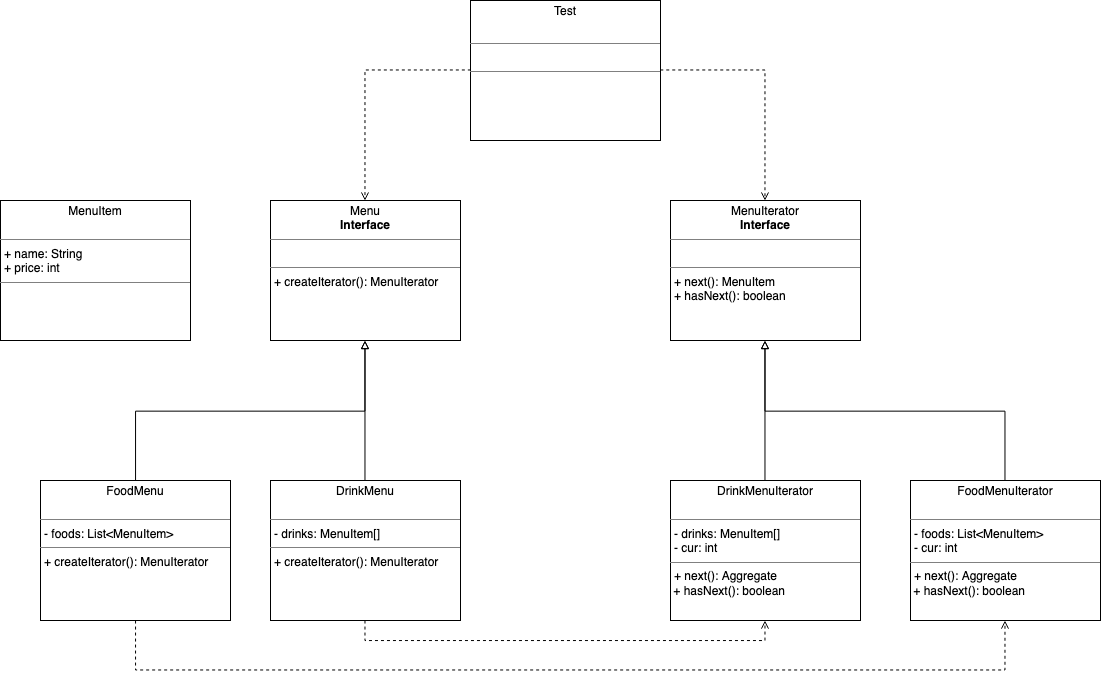
kan01234/design-patterns keeps this draw.io diagram as iterator-pattern/iterator-pattern-example.png. Above is the earlier version. Source tidied: cells renumbered, new cells last; positions are measured from the earlier drawing's top-left corner, leaving out a move shared by most shapes. The source it was exported from:
```xml
<mxGraphModel>
  <root>
    <mxCell id="0" />
    <mxCell id="1" parent="0" />
    <mxCell id="2" value="&lt;p style=&quot;margin: 0px ; margin-top: 4px ; text-align: center&quot;&gt;Menu&lt;br&gt;&lt;b&gt;Interface&lt;/b&gt;&lt;/p&gt;&lt;hr size=&quot;1&quot;&gt;&lt;p style=&quot;margin: 0px ; margin-left: 4px&quot;&gt;&lt;br&gt;&lt;/p&gt;&lt;hr size=&quot;1&quot;&gt;&lt;p style=&quot;margin: 0px ; margin-left: 4px&quot;&gt;+ createIterator(): MenuIterator&lt;br&gt;&lt;/p&gt;" style="verticalAlign=top;align=left;overflow=fill;fontSize=12;fontFamily=Helvetica;html=1;" parent="1" vertex="1">
      <mxGeometry x="270" y="200" width="190" height="140" as="geometry" />
    </mxCell>
    <mxCell id="3" style="edgeStyle=orthogonalEdgeStyle;rounded=0;jettySize=auto;html=1;exitX=0.5;exitY=0;exitDx=0;exitDy=0;entryX=0.5;entryY=1;entryDx=0;entryDy=0;endArrow=block;endFill=0;" parent="1" edge="1" source="5" target="2">
      <mxGeometry relative="1" as="geometry" />
    </mxCell>
    <mxCell id="4" style="edgeStyle=orthogonalEdgeStyle;rounded=0;jettySize=auto;html=1;exitX=0.5;exitY=1;exitDx=0;exitDy=0;entryX=0.5;entryY=1;entryDx=0;entryDy=0;dashed=1;endArrow=open;endFill=0;" parent="1" edge="1" source="5" target="7">
      <mxGeometry relative="1" as="geometry" />
    </mxCell>
    <mxCell id="5" value="&lt;p style=&quot;margin: 0px ; margin-top: 4px ; text-align: center&quot;&gt;DrinkMenu&lt;br&gt;&lt;br&gt;&lt;/p&gt;&lt;hr size=&quot;1&quot;&gt;&lt;p style=&quot;margin: 0px ; margin-left: 4px&quot;&gt;- drinks: MenuItem[]&lt;br&gt;&lt;/p&gt;&lt;hr size=&quot;1&quot;&gt;&lt;p style=&quot;margin: 0px ; margin-left: 4px&quot;&gt;+ createIterator(): MenuIterator&lt;/p&gt;" style="verticalAlign=top;align=left;overflow=fill;fontSize=12;fontFamily=Helvetica;html=1;" parent="1" vertex="1">
      <mxGeometry x="270" y="480" width="190" height="140" as="geometry" />
    </mxCell>
    <mxCell id="6" style="edgeStyle=orthogonalEdgeStyle;rounded=0;jettySize=auto;html=1;exitX=0.5;exitY=0;exitDx=0;exitDy=0;entryX=0.5;entryY=1;entryDx=0;entryDy=0;endArrow=block;endFill=0;" parent="1" edge="1" source="7" target="8">
      <mxGeometry relative="1" as="geometry" />
    </mxCell>
    <mxCell id="7" value="&lt;p style=&quot;margin: 0px ; margin-top: 4px ; text-align: center&quot;&gt;DrinkMenuIterator&lt;br&gt;&lt;br&gt;&lt;/p&gt;&lt;hr size=&quot;1&quot;&gt;&lt;p style=&quot;margin: 0px ; margin-left: 4px&quot;&gt;- drinks: MenuItem[]&lt;/p&gt;&lt;p style=&quot;margin: 0px ; margin-left: 4px&quot;&gt;- cur: int&lt;br&gt;&lt;/p&gt;&lt;hr size=&quot;1&quot;&gt;&lt;p style=&quot;margin: 0px ; margin-left: 4px&quot;&gt;+ next(): Aggregate&lt;/p&gt;&amp;nbsp;+ hasNext(): boolean" style="verticalAlign=top;align=left;overflow=fill;fontSize=12;fontFamily=Helvetica;html=1;" parent="1" vertex="1">
      <mxGeometry x="670" y="480" width="190" height="140" as="geometry" />
    </mxCell>
    <mxCell id="8" value="&lt;p style=&quot;margin: 0px ; margin-top: 4px ; text-align: center&quot;&gt;MenuIterator&lt;br&gt;&lt;b&gt;Interface&lt;/b&gt;&lt;/p&gt;&lt;hr size=&quot;1&quot;&gt;&lt;p style=&quot;margin: 0px ; margin-left: 4px&quot;&gt;&lt;br&gt;&lt;/p&gt;&lt;hr size=&quot;1&quot;&gt;&lt;p style=&quot;margin: 0px ; margin-left: 4px&quot;&gt;+ next(): MenuItem&lt;br&gt;&lt;/p&gt;&lt;p style=&quot;margin: 0px ; margin-left: 4px&quot;&gt;+ hasNext(): boolean&lt;br&gt;&lt;/p&gt;" style="verticalAlign=top;align=left;overflow=fill;fontSize=12;fontFamily=Helvetica;html=1;" parent="1" vertex="1">
      <mxGeometry x="670" y="200" width="190" height="140" as="geometry" />
    </mxCell>
    <mxCell id="9" style="edgeStyle=orthogonalEdgeStyle;rounded=0;jettySize=auto;html=1;exitX=1;exitY=0.5;exitDx=0;exitDy=0;entryX=0.5;entryY=0;entryDx=0;entryDy=0;endArrow=open;endFill=0;dashed=1;" parent="1" edge="1" source="11" target="8">
      <mxGeometry relative="1" as="geometry" />
    </mxCell>
    <mxCell id="10" style="edgeStyle=orthogonalEdgeStyle;rounded=0;jettySize=auto;html=1;exitX=0;exitY=0.5;exitDx=0;exitDy=0;entryX=0.5;entryY=0;entryDx=0;entryDy=0;dashed=1;endArrow=open;endFill=0;" parent="1" edge="1" source="11" target="2">
      <mxGeometry relative="1" as="geometry" />
    </mxCell>
    <mxCell id="11" value="&lt;p style=&quot;margin: 0px ; margin-top: 4px ; text-align: center&quot;&gt;Test&lt;/p&gt;&lt;p style=&quot;margin: 0px ; margin-top: 4px ; text-align: center&quot;&gt;&lt;br&gt;&lt;/p&gt;&lt;hr size=&quot;1&quot;&gt;&lt;p style=&quot;margin: 0px ; margin-left: 4px&quot;&gt;&lt;br&gt;&lt;/p&gt;&lt;hr size=&quot;1&quot;&gt;" style="verticalAlign=top;align=left;overflow=fill;fontSize=12;fontFamily=Helvetica;html=1;" parent="1" vertex="1">
      <mxGeometry x="470" width="190" height="140" as="geometry" />
    </mxCell>
    <mxCell id="12" style="edgeStyle=orthogonalEdgeStyle;rounded=0;jettySize=auto;html=1;exitX=0.5;exitY=1;exitDx=0;exitDy=0;entryX=0.5;entryY=1;entryDx=0;entryDy=0;dashed=1;endArrow=open;endFill=0;" parent="1" edge="1" source="13" target="14">
      <mxGeometry relative="1" as="geometry">
        <Array as="points">
          <mxPoint x="135" y="669" />
          <mxPoint x="1004" y="669" />
        </Array>
      </mxGeometry>
    </mxCell>
    <mxCell id="13" value="&lt;p style=&quot;margin: 0px ; margin-top: 4px ; text-align: center&quot;&gt;FoodMenu&lt;br&gt;&lt;br&gt;&lt;/p&gt;&lt;hr size=&quot;1&quot;&gt;&lt;p style=&quot;margin: 0px ; margin-left: 4px&quot;&gt;- foods: List&amp;lt;MenuItem&amp;gt;&lt;br&gt;&lt;/p&gt;&lt;hr size=&quot;1&quot;&gt;&lt;p style=&quot;margin: 0px ; margin-left: 4px&quot;&gt;+ createIterator(): MenuIterator&lt;/p&gt;" style="verticalAlign=top;align=left;overflow=fill;fontSize=12;fontFamily=Helvetica;html=1;" parent="1" vertex="1">
      <mxGeometry x="40" y="480" width="190" height="140" as="geometry" />
    </mxCell>
    <mxCell id="14" value="&lt;p style=&quot;margin: 0px ; margin-top: 4px ; text-align: center&quot;&gt;FoodMenuIterator&lt;br&gt;&lt;br&gt;&lt;/p&gt;&lt;hr size=&quot;1&quot;&gt;&lt;p style=&quot;margin: 0px ; margin-left: 4px&quot;&gt;- foods: List&amp;lt;MenuItem&amp;gt;&lt;/p&gt;&lt;p style=&quot;margin: 0px ; margin-left: 4px&quot;&gt;- cur: int&lt;br&gt;&lt;/p&gt;&lt;hr size=&quot;1&quot;&gt;&lt;p style=&quot;margin: 0px ; margin-left: 4px&quot;&gt;+ next(): Aggregate&lt;/p&gt;&amp;nbsp;+ hasNext(): boolean" style="verticalAlign=top;align=left;overflow=fill;fontSize=12;fontFamily=Helvetica;html=1;" parent="1" vertex="1">
      <mxGeometry x="910" y="480" width="190" height="140" as="geometry" />
    </mxCell>
    <mxCell id="15" style="edgeStyle=orthogonalEdgeStyle;rounded=0;jettySize=auto;html=1;exitX=0.5;exitY=0;exitDx=0;exitDy=0;entryX=0.5;entryY=1;entryDx=0;entryDy=0;endArrow=block;endFill=0;" parent="1" edge="1" source="13" target="2">
      <mxGeometry relative="1" as="geometry" />
    </mxCell>
    <mxCell id="16" style="edgeStyle=orthogonalEdgeStyle;rounded=0;jettySize=auto;html=1;exitX=0.5;exitY=0;exitDx=0;exitDy=0;entryX=0.5;entryY=1;entryDx=0;entryDy=0;endArrow=block;endFill=0;" parent="1" edge="1" source="14" target="8">
      <mxGeometry relative="1" as="geometry" />
    </mxCell>
    <mxCell id="17" value="&lt;p style=&quot;margin: 0px ; margin-top: 4px ; text-align: center&quot;&gt;MenuItem&lt;br&gt;&lt;br&gt;&lt;/p&gt;&lt;hr size=&quot;1&quot;&gt;&lt;p style=&quot;margin: 0px ; margin-left: 4px&quot;&gt;+ name: String&lt;br&gt;+ price: int&lt;br&gt;&lt;/p&gt;&lt;hr size=&quot;1&quot;&gt;&lt;p style=&quot;margin: 0px ; margin-left: 4px&quot;&gt;&lt;br&gt;&lt;/p&gt;" style="verticalAlign=top;align=left;overflow=fill;fontSize=12;fontFamily=Helvetica;html=1;" parent="1" vertex="1">
      <mxGeometry y="200" width="190" height="140" as="geometry" />
    </mxCell>
  </root>
</mxGraphModel>
```
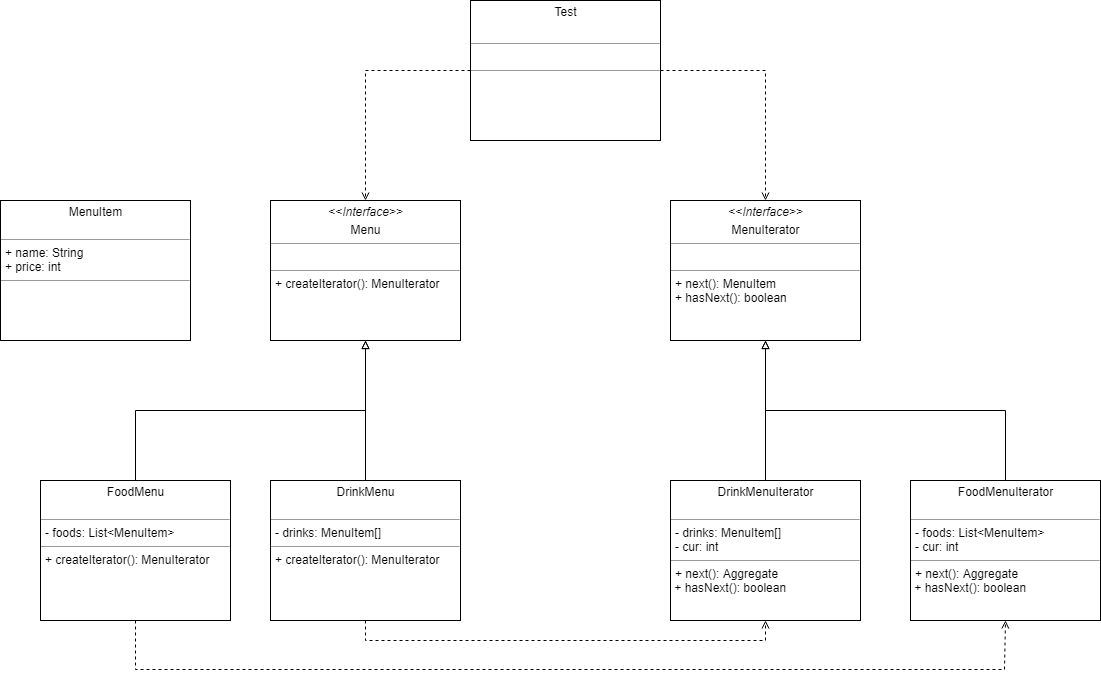
The same diagram one commit later.

Diff of the diagram source:
```diff
@@ -2,7 +2,7 @@
   <root>
     <mxCell id="0" />
     <mxCell id="1" parent="0" />
-    <mxCell id="2" value="&lt;p style=&quot;margin: 0px ; margin-top: 4px ; text-align: center&quot;&gt;Menu&lt;br&gt;&lt;b&gt;Interface&lt;/b&gt;&lt;/p&gt;&lt;hr size=&quot;1&quot;&gt;&lt;p style=&quot;margin: 0px ; margin-left: 4px&quot;&gt;&lt;br&gt;&lt;/p&gt;&lt;hr size=&quot;1&quot;&gt;&lt;p style=&quot;margin: 0px ; margin-left: 4px&quot;&gt;+ createIterator(): MenuIterator&lt;br&gt;&lt;/p&gt;" style="verticalAlign=top;align=left;overflow=fill;fontSize=12;fontFamily=Helvetica;html=1;" parent="1" vertex="1">
+    <mxCell id="2" value="&lt;p style=&quot;margin: 0px ; margin-top: 4px ; text-align: center&quot;&gt;&amp;lt;&amp;lt;&lt;i&gt;Interface&amp;gt;&amp;gt;&lt;/i&gt;&lt;br&gt;&lt;/p&gt;&lt;p style=&quot;margin: 0px ; margin-top: 4px ; text-align: center&quot;&gt;Menu&lt;br&gt;&lt;/p&gt;&lt;hr size=&quot;1&quot;&gt;&lt;p style=&quot;margin: 0px ; margin-left: 4px&quot;&gt;&lt;br&gt;&lt;/p&gt;&lt;hr size=&quot;1&quot;&gt;&lt;p style=&quot;margin: 0px ; margin-left: 4px&quot;&gt;+ createIterator(): MenuIterator&lt;br&gt;&lt;/p&gt;" style="verticalAlign=top;align=left;overflow=fill;fontSize=12;fontFamily=Helvetica;html=1;" parent="1" vertex="1">
       <mxGeometry x="270" y="200" width="190" height="140" as="geometry" />
     </mxCell>
     <mxCell id="3" style="edgeStyle=orthogonalEdgeStyle;rounded=0;jettySize=auto;html=1;exitX=0.5;exitY=0;exitDx=0;exitDy=0;entryX=0.5;entryY=1;entryDx=0;entryDy=0;endArrow=block;endFill=0;" parent="1" edge="1" source="5" target="2">
@@ -20,7 +20,7 @@
     <mxCell id="7" value="&lt;p style=&quot;margin: 0px ; margin-top: 4px ; text-align: center&quot;&gt;DrinkMenuIterator&lt;br&gt;&lt;br&gt;&lt;/p&gt;&lt;hr size=&quot;1&quot;&gt;&lt;p style=&quot;margin: 0px ; margin-left: 4px&quot;&gt;- drinks: MenuItem[]&lt;/p&gt;&lt;p style=&quot;margin: 0px ; margin-left: 4px&quot;&gt;- cur: int&lt;br&gt;&lt;/p&gt;&lt;hr size=&quot;1&quot;&gt;&lt;p style=&quot;margin: 0px ; margin-left: 4px&quot;&gt;+ next(): Aggregate&lt;/p&gt;&amp;nbsp;+ hasNext(): boolean" style="verticalAlign=top;align=left;overflow=fill;fontSize=12;fontFamily=Helvetica;html=1;" parent="1" vertex="1">
       <mxGeometry x="670" y="480" width="190" height="140" as="geometry" />
     </mxCell>
-    <mxCell id="8" value="&lt;p style=&quot;margin: 0px ; margin-top: 4px ; text-align: center&quot;&gt;MenuIterator&lt;br&gt;&lt;b&gt;Interface&lt;/b&gt;&lt;/p&gt;&lt;hr size=&quot;1&quot;&gt;&lt;p style=&quot;margin: 0px ; margin-left: 4px&quot;&gt;&lt;br&gt;&lt;/p&gt;&lt;hr size=&quot;1&quot;&gt;&lt;p style=&quot;margin: 0px ; margin-left: 4px&quot;&gt;+ next(): MenuItem&lt;br&gt;&lt;/p&gt;&lt;p style=&quot;margin: 0px ; margin-left: 4px&quot;&gt;+ hasNext(): boolean&lt;br&gt;&lt;/p&gt;" style="verticalAlign=top;align=left;overflow=fill;fontSize=12;fontFamily=Helvetica;html=1;" parent="1" vertex="1">
+    <mxCell id="8" value="&lt;p style=&quot;margin: 0px ; margin-top: 4px ; text-align: center&quot;&gt;&amp;lt;&amp;lt;&lt;i&gt;Interface&amp;gt;&amp;gt;&lt;/i&gt;&lt;br&gt;&lt;/p&gt;&lt;p style=&quot;margin: 0px ; margin-top: 4px ; text-align: center&quot;&gt;MenuIterator&lt;br&gt;&lt;/p&gt;&lt;hr size=&quot;1&quot;&gt;&lt;p style=&quot;margin: 0px ; margin-left: 4px&quot;&gt;&lt;br&gt;&lt;/p&gt;&lt;hr size=&quot;1&quot;&gt;&lt;p style=&quot;margin: 0px ; margin-left: 4px&quot;&gt;+ next(): MenuItem&lt;br&gt;&lt;/p&gt;&lt;p style=&quot;margin: 0px ; margin-left: 4px&quot;&gt;+ hasNext(): boolean&lt;br&gt;&lt;/p&gt;" style="verticalAlign=top;align=left;overflow=fill;fontSize=12;fontFamily=Helvetica;html=1;" parent="1" vertex="1">
       <mxGeometry x="670" y="200" width="190" height="140" as="geometry" />
     </mxCell>
     <mxCell id="9" style="edgeStyle=orthogonalEdgeStyle;rounded=0;jettySize=auto;html=1;exitX=1;exitY=0.5;exitDx=0;exitDy=0;entryX=0.5;entryY=0;entryDx=0;entryDy=0;endArrow=open;endFill=0;dashed=1;" parent="1" edge="1" source="11" target="8">
```
